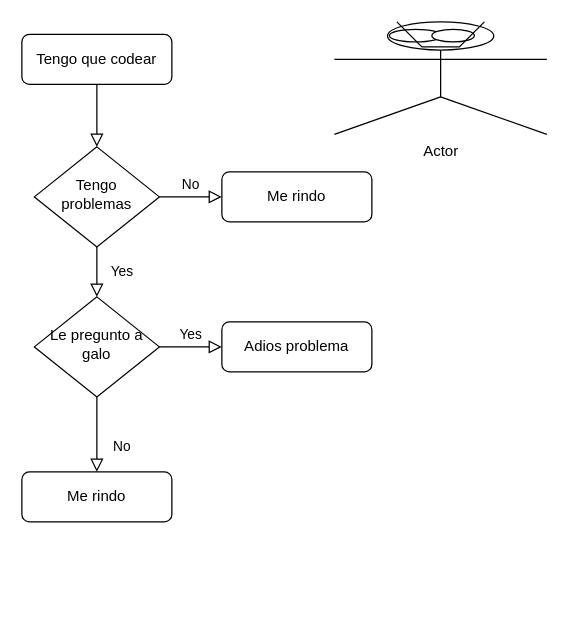
This is Diagrama sin título.drawio from Croopx/epic, a draw.io file, before an edit. Source tidied: cells renumbered, new cells numbered last; positions are measured from the earlier drawing's top-left corner, leaving out a move shared by most shapes. Both pictures are drawn from the tidied source at 125%, with x=0, y=0 at pixel (21, 9).
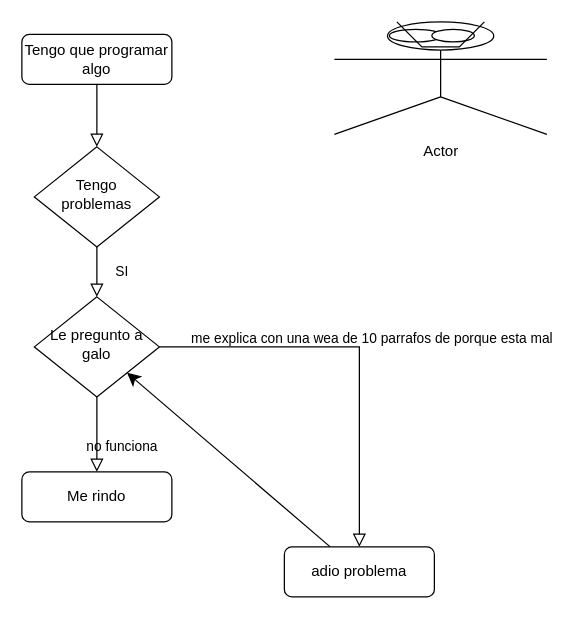
Above is the later version.

The edit, as a diff of the source:
```diff
@@
 <mxGraphModel>
   <root>
     <mxCell id="0" />
     <mxCell id="1" parent="0" />
     <mxCell id="2" style="rounded=0;html=1;jettySize=auto;fontSize=11;endArrow=block;endFill=0;endSize=8;strokeWidth=1;shadow=0;labelBackgroundColor=none;edgeStyle=orthogonalEdgeStyle;" parent="1" edge="1" source="3" target="6">
       <mxGeometry relative="1" as="geometry" />
     </mxCell>
-    <mxCell id="3" value="Tengo que codear" style="rounded=1;whiteSpace=wrap;html=1;fontSize=12;glass=0;strokeWidth=1;shadow=0;" parent="1" vertex="1">
+    <mxCell id="3" value="Tengo que programar algo" style="rounded=1;whiteSpace=wrap;html=1;fontSize=12;glass=0;strokeWidth=1;shadow=0;" parent="1" vertex="1">
       <mxGeometry y="20" width="120" height="40" as="geometry" />
     </mxCell>
-    <mxCell id="4" value="Yes" style="rounded=0;html=1;jettySize=auto;fontSize=11;endArrow=block;endFill=0;endSize=8;strokeWidth=1;shadow=0;labelBackgroundColor=none;edgeStyle=orthogonalEdgeStyle;" parent="1" edge="1" source="6" target="10">
+    <mxCell id="4" value="SI" style="rounded=0;html=1;jettySize=auto;fontSize=11;endArrow=block;endFill=0;endSize=8;strokeWidth=1;shadow=0;labelBackgroundColor=none;edgeStyle=orthogonalEdgeStyle;" parent="1" edge="1" source="6" target="10">
       <mxGeometry y="20" relative="1" as="geometry" />
     </mxCell>
-    <mxCell id="5" value="No" style="edgeStyle=orthogonalEdgeStyle;rounded=0;html=1;jettySize=auto;fontSize=11;endArrow=block;endFill=0;endSize=8;strokeWidth=1;shadow=0;labelBackgroundColor=none;" parent="1" edge="1" source="6" target="7">
-      <mxGeometry y="10" relative="1" as="geometry" />
-    </mxCell>
     <mxCell id="6" value="Tengo problemas" style="rhombus;whiteSpace=wrap;html=1;shadow=0;fontFamily=Helvetica;fontSize=12;align=center;strokeWidth=1;spacing=6;spacingTop=-4;" parent="1" vertex="1">
       <mxGeometry x="10" y="110" width="100" height="80" as="geometry" />
     </mxCell>
-    <mxCell id="7" value="Me rindo" style="rounded=1;whiteSpace=wrap;html=1;fontSize=12;glass=0;strokeWidth=1;shadow=0;" parent="1" vertex="1">
-      <mxGeometry x="160" y="130" width="120" height="40" as="geometry" />
-    </mxCell>
-    <mxCell id="8" value="No" style="rounded=0;html=1;jettySize=auto;fontSize=11;endArrow=block;endFill=0;endSize=8;strokeWidth=1;shadow=0;labelBackgroundColor=none;edgeStyle=orthogonalEdgeStyle;" parent="1" edge="1" source="10" target="11">
+    <mxCell id="8" value="no funciona" style="rounded=0;html=1;jettySize=auto;fontSize=11;endArrow=block;endFill=0;endSize=8;strokeWidth=1;shadow=0;labelBackgroundColor=none;edgeStyle=orthogonalEdgeStyle;" parent="1" edge="1" source="10" target="11">
       <mxGeometry x="0.33" y="20" relative="1" as="geometry" />
     </mxCell>
-    <mxCell id="9" value="Yes" style="edgeStyle=orthogonalEdgeStyle;rounded=0;html=1;jettySize=auto;fontSize=11;endArrow=block;endFill=0;endSize=8;strokeWidth=1;shadow=0;labelBackgroundColor=none;" parent="1" edge="1" source="10" target="12">
+    <mxCell id="9" value="me explica con una wea de 10 parrafos de porque esta mal&lt;div&gt;&lt;br&gt;&lt;/div&gt;" style="edgeStyle=orthogonalEdgeStyle;rounded=0;html=1;jettySize=auto;fontSize=11;endArrow=block;endFill=0;endSize=8;strokeWidth=1;shadow=0;labelBackgroundColor=none;" parent="1" edge="1" source="10" target="12">
       <mxGeometry y="10" relative="1" as="geometry" />
     </mxCell>
     <mxCell id="10" value="Le pregunto a galo" style="rhombus;whiteSpace=wrap;html=1;shadow=0;fontFamily=Helvetica;fontSize=12;align=center;strokeWidth=1;spacing=6;spacingTop=-4;" parent="1" vertex="1">
       <mxGeometry x="10" y="230" width="100" height="80" as="geometry" />
     </mxCell>
     <mxCell id="11" value="Me rindo" style="rounded=1;whiteSpace=wrap;html=1;fontSize=12;glass=0;strokeWidth=1;shadow=0;" parent="1" vertex="1">
       <mxGeometry y="370" width="120" height="40" as="geometry" />
     </mxCell>
+    <mxCell id="17" style="edgeStyle=none;curved=1;rounded=0;jettySize=auto;html=1;fontSize=12;startSize=8;endSize=8;" parent="1" edge="1" source="12" target="10">
+      <mxGeometry relative="1" as="geometry" />
+    </mxCell>
-    <mxCell id="12" value="Adios problema" style="rounded=1;whiteSpace=wrap;html=1;fontSize=12;glass=0;strokeWidth=1;shadow=0;" parent="1" vertex="1">
-      <mxGeometry x="160" y="250" width="120" height="40" as="geometry" />
+    <mxCell id="12" value="adio problema" style="rounded=1;whiteSpace=wrap;html=1;fontSize=12;glass=0;strokeWidth=1;shadow=0;" parent="1" vertex="1">
+      <mxGeometry x="210" y="430" width="120" height="40" as="geometry" />
     </mxCell>
     <mxCell id="13" value="Actor" style="shape=umlActor;verticalLabelPosition=bottom;verticalAlign=top;html=1;" parent="1" vertex="1">
       <mxGeometry x="250" y="10" width="170" height="90" as="geometry" />
     </mxCell>
     <mxCell id="14" style="ellipse;whiteSpace=wrap;html=1;direction=south;rotation=-90;" parent="1" vertex="1">
       <mxGeometry x="310" width="10" height="42" as="geometry" />
     </mxCell>
     <mxCell id="15" style="ellipse;whiteSpace=wrap;html=1;direction=south;rotation=-90;" parent="1" vertex="1">
       <mxGeometry x="340" y="4" width="10" height="34" as="geometry" />
     </mxCell>
     <mxCell id="16" style="endArrow=none;html=1;rounded=0;" parent="1" edge="1">
       <mxGeometry relative="1" as="geometry">
         <mxPoint x="370" y="10" as="sourcePoint" />
         <mxPoint x="300" y="10" as="targetPoint" />
         <Array as="points">
           <mxPoint x="350" y="30" />
           <mxPoint x="340" y="30" />
           <mxPoint x="330" y="30" />
           <mxPoint x="320" y="30" />
         </Array>
       </mxGeometry>
     </mxCell>
   </root>
 </mxGraphModel>
```
